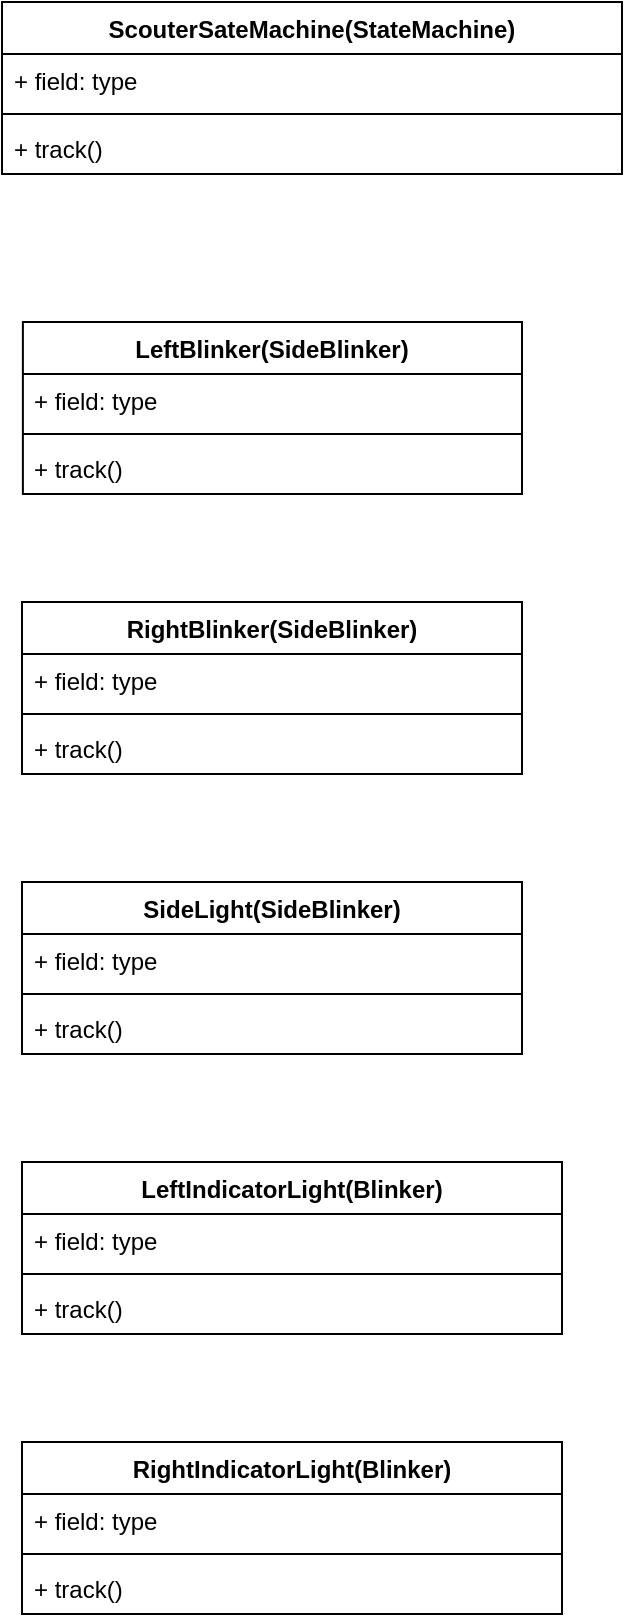
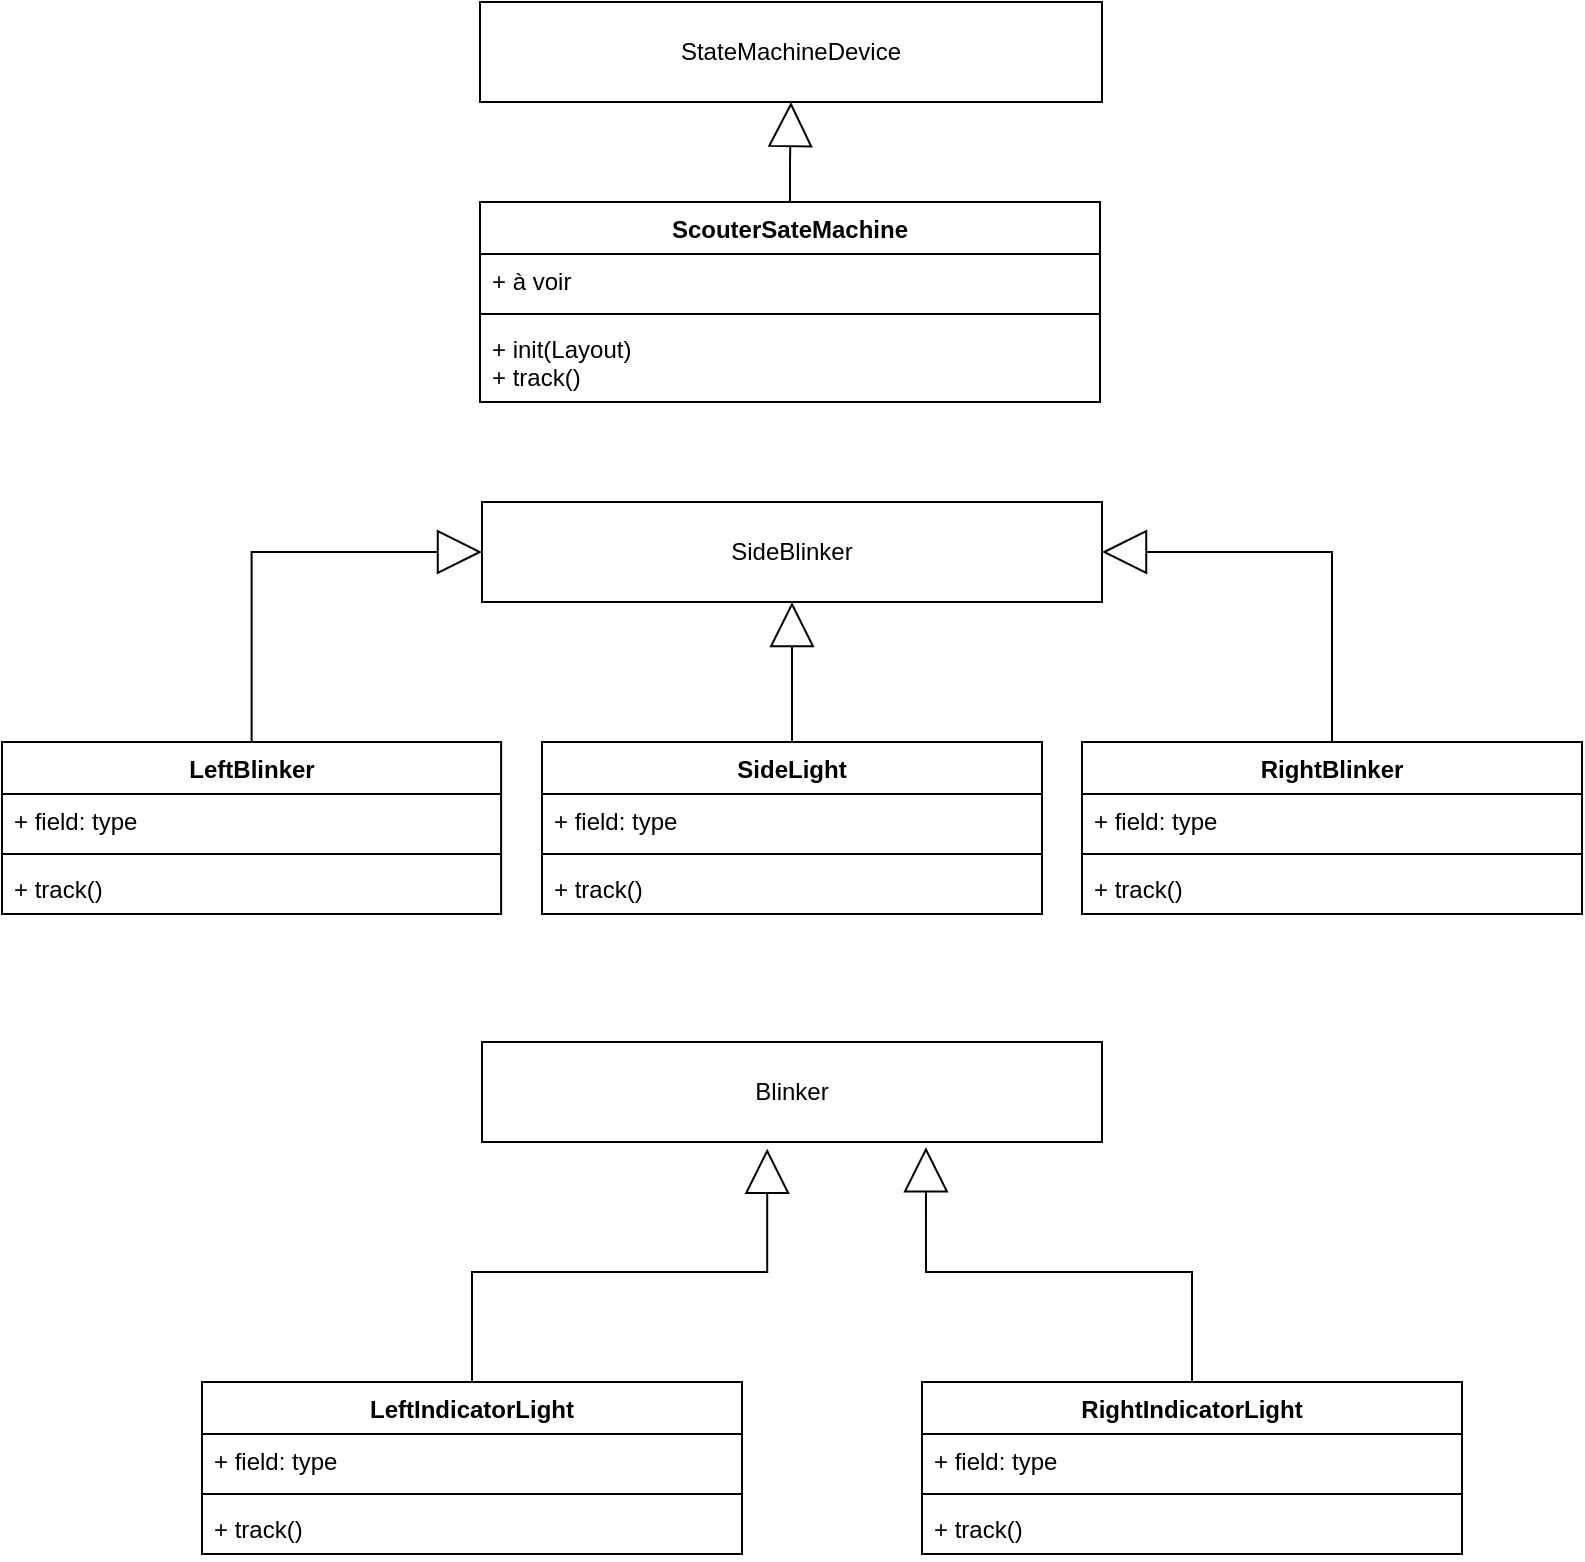
- <mxfile host="app.diagrams.net">
+ <mxfile host="Electron" agent="Mozilla/5.0 (Windows NT 10.0; Win64; x64) AppleWebKit/537.36 (KHTML, like Gecko) draw.io/26.2.15 Chrome/134.0.6998.205 Electron/35.2.1 Safari/537.36" version="26.2.15">
  <diagram name="Page-1" id="GghMer-YNFgur6t3EFh-">
-     <mxGraphModel dx="1585" dy="1110" grid="1" gridSize="10" guides="1" tooltips="1" connect="1" arrows="1" fold="1" page="1" pageScale="1" pageWidth="827" pageHeight="1169" math="0" shadow="0">
+     <mxGraphModel dx="2066" dy="1202" grid="1" gridSize="10" guides="1" tooltips="1" connect="1" arrows="1" fold="1" page="1" pageScale="1" pageWidth="827" pageHeight="1169" math="0" shadow="0">
      <root>
        <mxCell id="0" />
        <mxCell id="1" parent="0" />
-         <mxCell id="HDNTsqTd7lAjhx9DZTqB-1" parent="1" style="swimlane;fontStyle=1;align=center;verticalAlign=top;childLayout=stackLayout;horizontal=1;startSize=26;horizontalStack=0;resizeParent=1;resizeParentMax=0;resizeLast=0;collapsible=1;marginBottom=0;whiteSpace=wrap;html=1;" value="ScouterSateMachine(StateMachine)" vertex="1">
-           <mxGeometry height="86" width="310" x="100" y="100" as="geometry" />
+         <mxCell id="jP7gwSs5NOF349UNAJwi-4" style="edgeStyle=orthogonalEdgeStyle;rounded=0;orthogonalLoop=1;jettySize=auto;html=1;entryX=0.5;entryY=1;entryDx=0;entryDy=0;endArrow=block;endFill=0;endSize=20;" edge="1" parent="1" source="HDNTsqTd7lAjhx9DZTqB-1" target="jP7gwSs5NOF349UNAJwi-1">
+           <mxGeometry relative="1" as="geometry" />
        </mxCell>
-         <mxCell id="HDNTsqTd7lAjhx9DZTqB-2" parent="HDNTsqTd7lAjhx9DZTqB-1" style="text;strokeColor=none;fillColor=none;align=left;verticalAlign=top;spacingLeft=4;spacingRight=4;overflow=hidden;rotatable=0;points=[[0,0.5],[1,0.5]];portConstraint=eastwest;whiteSpace=wrap;html=1;" value="+ field: type" vertex="1">
-           <mxGeometry height="26" width="310" y="26" as="geometry" />
+         <mxCell id="HDNTsqTd7lAjhx9DZTqB-1" value="ScouterSateMachine" style="swimlane;fontStyle=1;align=center;verticalAlign=top;childLayout=stackLayout;horizontal=1;startSize=26;horizontalStack=0;resizeParent=1;resizeParentMax=0;resizeLast=0;collapsible=1;marginBottom=0;whiteSpace=wrap;html=1;" parent="1" vertex="1">
+           <mxGeometry x="259" y="130" width="310" height="100" as="geometry" />
        </mxCell>
-         <mxCell id="HDNTsqTd7lAjhx9DZTqB-3" parent="HDNTsqTd7lAjhx9DZTqB-1" style="line;strokeWidth=1;fillColor=none;align=left;verticalAlign=middle;spacingTop=-1;spacingLeft=3;spacingRight=3;rotatable=0;labelPosition=right;points=[];portConstraint=eastwest;strokeColor=inherit;" value="" vertex="1">
-           <mxGeometry height="8" width="310" y="52" as="geometry" />
+         <mxCell id="HDNTsqTd7lAjhx9DZTqB-2" value="+ à voir" style="text;strokeColor=none;fillColor=none;align=left;verticalAlign=top;spacingLeft=4;spacingRight=4;overflow=hidden;rotatable=0;points=[[0,0.5],[1,0.5]];portConstraint=eastwest;whiteSpace=wrap;html=1;" parent="HDNTsqTd7lAjhx9DZTqB-1" vertex="1">
+           <mxGeometry y="26" width="310" height="26" as="geometry" />
        </mxCell>
-         <mxCell id="HDNTsqTd7lAjhx9DZTqB-4" parent="HDNTsqTd7lAjhx9DZTqB-1" style="text;strokeColor=none;fillColor=none;align=left;verticalAlign=top;spacingLeft=4;spacingRight=4;overflow=hidden;rotatable=0;points=[[0,0.5],[1,0.5]];portConstraint=eastwest;whiteSpace=wrap;html=1;" value="+ track()" vertex="1">
-           <mxGeometry height="26" width="310" y="60" as="geometry" />
+         <mxCell id="HDNTsqTd7lAjhx9DZTqB-3" value="" style="line;strokeWidth=1;fillColor=none;align=left;verticalAlign=middle;spacingTop=-1;spacingLeft=3;spacingRight=3;rotatable=0;labelPosition=right;points=[];portConstraint=eastwest;strokeColor=inherit;" parent="HDNTsqTd7lAjhx9DZTqB-1" vertex="1">
+           <mxGeometry y="52" width="310" height="8" as="geometry" />
        </mxCell>
-         <mxCell id="HDNTsqTd7lAjhx9DZTqB-5" parent="1" style="swimlane;fontStyle=1;align=center;verticalAlign=top;childLayout=stackLayout;horizontal=1;startSize=26;horizontalStack=0;resizeParent=1;resizeParentMax=0;resizeLast=0;collapsible=1;marginBottom=0;whiteSpace=wrap;html=1;rotation=0;" value="LeftBlinker(SideBlinker)" vertex="1">
-           <mxGeometry height="86" width="249.56" x="110.44" y="260" as="geometry" />
+         <mxCell id="HDNTsqTd7lAjhx9DZTqB-4" value="+ init(Layout)&lt;div&gt;+ track()&lt;/div&gt;" style="text;strokeColor=none;fillColor=none;align=left;verticalAlign=top;spacingLeft=4;spacingRight=4;overflow=hidden;rotatable=0;points=[[0,0.5],[1,0.5]];portConstraint=eastwest;whiteSpace=wrap;html=1;" parent="HDNTsqTd7lAjhx9DZTqB-1" vertex="1">
+           <mxGeometry y="60" width="310" height="40" as="geometry" />
        </mxCell>
-         <mxCell id="HDNTsqTd7lAjhx9DZTqB-6" parent="HDNTsqTd7lAjhx9DZTqB-5" style="text;strokeColor=none;fillColor=none;align=left;verticalAlign=top;spacingLeft=4;spacingRight=4;overflow=hidden;rotatable=0;points=[[0,0.5],[1,0.5]];portConstraint=eastwest;whiteSpace=wrap;html=1;rotation=0;" value="+ field: type" vertex="1">
-           <mxGeometry height="26" width="249.56" y="26" as="geometry" />
+         <mxCell id="jP7gwSs5NOF349UNAJwi-10" style="edgeStyle=orthogonalEdgeStyle;rounded=0;orthogonalLoop=1;jettySize=auto;html=1;entryX=0;entryY=0.5;entryDx=0;entryDy=0;endArrow=block;endFill=0;endSize=20;" edge="1" parent="1" source="HDNTsqTd7lAjhx9DZTqB-5" target="jP7gwSs5NOF349UNAJwi-5">
+           <mxGeometry relative="1" as="geometry" />
        </mxCell>
-         <mxCell id="HDNTsqTd7lAjhx9DZTqB-7" parent="HDNTsqTd7lAjhx9DZTqB-5" style="line;strokeWidth=1;fillColor=none;align=left;verticalAlign=middle;spacingTop=-1;spacingLeft=3;spacingRight=3;rotatable=0;labelPosition=right;points=[];portConstraint=eastwest;strokeColor=inherit;rotation=0;" value="" vertex="1">
-           <mxGeometry height="8" width="249.56" y="52" as="geometry" />
+         <mxCell id="HDNTsqTd7lAjhx9DZTqB-5" value="LeftBlinker" style="swimlane;fontStyle=1;align=center;verticalAlign=top;childLayout=stackLayout;horizontal=1;startSize=26;horizontalStack=0;resizeParent=1;resizeParentMax=0;resizeLast=0;collapsible=1;marginBottom=0;whiteSpace=wrap;html=1;rotation=0;" parent="1" vertex="1">
+           <mxGeometry x="20" y="400" width="249.56" height="86" as="geometry" />
        </mxCell>
-         <mxCell id="HDNTsqTd7lAjhx9DZTqB-8" parent="HDNTsqTd7lAjhx9DZTqB-5" style="text;strokeColor=none;fillColor=none;align=left;verticalAlign=top;spacingLeft=4;spacingRight=4;overflow=hidden;rotatable=0;points=[[0,0.5],[1,0.5]];portConstraint=eastwest;whiteSpace=wrap;html=1;rotation=0;" value="+ track()" vertex="1">
-           <mxGeometry height="26" width="249.56" y="60" as="geometry" />
+         <mxCell id="HDNTsqTd7lAjhx9DZTqB-6" value="+ field: type" style="text;strokeColor=none;fillColor=none;align=left;verticalAlign=top;spacingLeft=4;spacingRight=4;overflow=hidden;rotatable=0;points=[[0,0.5],[1,0.5]];portConstraint=eastwest;whiteSpace=wrap;html=1;rotation=0;" parent="HDNTsqTd7lAjhx9DZTqB-5" vertex="1">
+           <mxGeometry y="26" width="249.56" height="26" as="geometry" />
        </mxCell>
-         <mxCell id="HDNTsqTd7lAjhx9DZTqB-9" parent="1" style="swimlane;fontStyle=1;align=center;verticalAlign=top;childLayout=stackLayout;horizontal=1;startSize=26;horizontalStack=0;resizeParent=1;resizeParentMax=0;resizeLast=0;collapsible=1;marginBottom=0;whiteSpace=wrap;html=1;" value="RightBlinker(SideBlinker)" vertex="1">
-           <mxGeometry height="86" width="250" x="110" y="400" as="geometry" />
+         <mxCell id="HDNTsqTd7lAjhx9DZTqB-7" value="" style="line;strokeWidth=1;fillColor=none;align=left;verticalAlign=middle;spacingTop=-1;spacingLeft=3;spacingRight=3;rotatable=0;labelPosition=right;points=[];portConstraint=eastwest;strokeColor=inherit;rotation=0;" parent="HDNTsqTd7lAjhx9DZTqB-5" vertex="1">
+           <mxGeometry y="52" width="249.56" height="8" as="geometry" />
        </mxCell>
-         <mxCell id="HDNTsqTd7lAjhx9DZTqB-10" parent="HDNTsqTd7lAjhx9DZTqB-9" style="text;strokeColor=none;fillColor=none;align=left;verticalAlign=top;spacingLeft=4;spacingRight=4;overflow=hidden;rotatable=0;points=[[0,0.5],[1,0.5]];portConstraint=eastwest;whiteSpace=wrap;html=1;" value="+ field: type" vertex="1">
-           <mxGeometry height="26" width="250" y="26" as="geometry" />
+         <mxCell id="HDNTsqTd7lAjhx9DZTqB-8" value="+ track()" style="text;strokeColor=none;fillColor=none;align=left;verticalAlign=top;spacingLeft=4;spacingRight=4;overflow=hidden;rotatable=0;points=[[0,0.5],[1,0.5]];portConstraint=eastwest;whiteSpace=wrap;html=1;rotation=0;" parent="HDNTsqTd7lAjhx9DZTqB-5" vertex="1">
+           <mxGeometry y="60" width="249.56" height="26" as="geometry" />
        </mxCell>
-         <mxCell id="HDNTsqTd7lAjhx9DZTqB-11" parent="HDNTsqTd7lAjhx9DZTqB-9" style="line;strokeWidth=1;fillColor=none;align=left;verticalAlign=middle;spacingTop=-1;spacingLeft=3;spacingRight=3;rotatable=0;labelPosition=right;points=[];portConstraint=eastwest;strokeColor=inherit;" value="" vertex="1">
-           <mxGeometry height="8" width="250" y="52" as="geometry" />
+         <mxCell id="jP7gwSs5NOF349UNAJwi-12" style="edgeStyle=orthogonalEdgeStyle;rounded=0;orthogonalLoop=1;jettySize=auto;html=1;entryX=1;entryY=0.5;entryDx=0;entryDy=0;endArrow=block;endFill=0;endSize=20;" edge="1" parent="1" source="HDNTsqTd7lAjhx9DZTqB-9" target="jP7gwSs5NOF349UNAJwi-5">
+           <mxGeometry relative="1" as="geometry" />
        </mxCell>
-         <mxCell id="HDNTsqTd7lAjhx9DZTqB-12" parent="HDNTsqTd7lAjhx9DZTqB-9" style="text;strokeColor=none;fillColor=none;align=left;verticalAlign=top;spacingLeft=4;spacingRight=4;overflow=hidden;rotatable=0;points=[[0,0.5],[1,0.5]];portConstraint=eastwest;whiteSpace=wrap;html=1;" value="+ track()" vertex="1">
-           <mxGeometry height="26" width="250" y="60" as="geometry" />
+         <mxCell id="HDNTsqTd7lAjhx9DZTqB-9" value="RightBlinker" style="swimlane;fontStyle=1;align=center;verticalAlign=top;childLayout=stackLayout;horizontal=1;startSize=26;horizontalStack=0;resizeParent=1;resizeParentMax=0;resizeLast=0;collapsible=1;marginBottom=0;whiteSpace=wrap;html=1;" parent="1" vertex="1">
+           <mxGeometry x="560" y="400" width="250" height="86" as="geometry" />
        </mxCell>
-         <mxCell id="HDNTsqTd7lAjhx9DZTqB-13" parent="1" style="swimlane;fontStyle=1;align=center;verticalAlign=top;childLayout=stackLayout;horizontal=1;startSize=26;horizontalStack=0;resizeParent=1;resizeParentMax=0;resizeLast=0;collapsible=1;marginBottom=0;whiteSpace=wrap;html=1;" value="SideLight(SideBlinker)" vertex="1">
-           <mxGeometry height="86" width="250" x="110" y="540" as="geometry" />
+         <mxCell id="HDNTsqTd7lAjhx9DZTqB-10" value="+ field: type" style="text;strokeColor=none;fillColor=none;align=left;verticalAlign=top;spacingLeft=4;spacingRight=4;overflow=hidden;rotatable=0;points=[[0,0.5],[1,0.5]];portConstraint=eastwest;whiteSpace=wrap;html=1;" parent="HDNTsqTd7lAjhx9DZTqB-9" vertex="1">
+           <mxGeometry y="26" width="250" height="26" as="geometry" />
        </mxCell>
-         <mxCell id="HDNTsqTd7lAjhx9DZTqB-14" parent="HDNTsqTd7lAjhx9DZTqB-13" style="text;strokeColor=none;fillColor=none;align=left;verticalAlign=top;spacingLeft=4;spacingRight=4;overflow=hidden;rotatable=0;points=[[0,0.5],[1,0.5]];portConstraint=eastwest;whiteSpace=wrap;html=1;" value="+ field: type" vertex="1">
-           <mxGeometry height="26" width="250" y="26" as="geometry" />
+         <mxCell id="HDNTsqTd7lAjhx9DZTqB-11" value="" style="line;strokeWidth=1;fillColor=none;align=left;verticalAlign=middle;spacingTop=-1;spacingLeft=3;spacingRight=3;rotatable=0;labelPosition=right;points=[];portConstraint=eastwest;strokeColor=inherit;" parent="HDNTsqTd7lAjhx9DZTqB-9" vertex="1">
+           <mxGeometry y="52" width="250" height="8" as="geometry" />
        </mxCell>
-         <mxCell id="HDNTsqTd7lAjhx9DZTqB-15" parent="HDNTsqTd7lAjhx9DZTqB-13" style="line;strokeWidth=1;fillColor=none;align=left;verticalAlign=middle;spacingTop=-1;spacingLeft=3;spacingRight=3;rotatable=0;labelPosition=right;points=[];portConstraint=eastwest;strokeColor=inherit;" value="" vertex="1">
-           <mxGeometry height="8" width="250" y="52" as="geometry" />
+         <mxCell id="HDNTsqTd7lAjhx9DZTqB-12" value="+ track()" style="text;strokeColor=none;fillColor=none;align=left;verticalAlign=top;spacingLeft=4;spacingRight=4;overflow=hidden;rotatable=0;points=[[0,0.5],[1,0.5]];portConstraint=eastwest;whiteSpace=wrap;html=1;" parent="HDNTsqTd7lAjhx9DZTqB-9" vertex="1">
+           <mxGeometry y="60" width="250" height="26" as="geometry" />
        </mxCell>
-         <mxCell id="HDNTsqTd7lAjhx9DZTqB-16" parent="HDNTsqTd7lAjhx9DZTqB-13" style="text;strokeColor=none;fillColor=none;align=left;verticalAlign=top;spacingLeft=4;spacingRight=4;overflow=hidden;rotatable=0;points=[[0,0.5],[1,0.5]];portConstraint=eastwest;whiteSpace=wrap;html=1;" value="+ track()" vertex="1">
-           <mxGeometry height="26" width="250" y="60" as="geometry" />
+         <mxCell id="jP7gwSs5NOF349UNAJwi-11" style="edgeStyle=orthogonalEdgeStyle;rounded=0;orthogonalLoop=1;jettySize=auto;html=1;entryX=0.5;entryY=1;entryDx=0;entryDy=0;endArrow=block;endFill=0;endSize=20;" edge="1" parent="1" source="HDNTsqTd7lAjhx9DZTqB-13" target="jP7gwSs5NOF349UNAJwi-5">
+           <mxGeometry relative="1" as="geometry" />
        </mxCell>
-         <mxCell id="HDNTsqTd7lAjhx9DZTqB-17" parent="1" style="swimlane;fontStyle=1;align=center;verticalAlign=top;childLayout=stackLayout;horizontal=1;startSize=26;horizontalStack=0;resizeParent=1;resizeParentMax=0;resizeLast=0;collapsible=1;marginBottom=0;whiteSpace=wrap;html=1;" value="LeftIndicatorLight(Blinker)" vertex="1">
-           <mxGeometry height="86" width="270" x="110" y="680" as="geometry" />
+         <mxCell id="HDNTsqTd7lAjhx9DZTqB-13" value="SideLight" style="swimlane;fontStyle=1;align=center;verticalAlign=top;childLayout=stackLayout;horizontal=1;startSize=26;horizontalStack=0;resizeParent=1;resizeParentMax=0;resizeLast=0;collapsible=1;marginBottom=0;whiteSpace=wrap;html=1;" parent="1" vertex="1">
+           <mxGeometry x="290" y="400" width="250" height="86" as="geometry" />
        </mxCell>
-         <mxCell id="HDNTsqTd7lAjhx9DZTqB-18" parent="HDNTsqTd7lAjhx9DZTqB-17" style="text;strokeColor=none;fillColor=none;align=left;verticalAlign=top;spacingLeft=4;spacingRight=4;overflow=hidden;rotatable=0;points=[[0,0.5],[1,0.5]];portConstraint=eastwest;whiteSpace=wrap;html=1;" value="+ field: type" vertex="1">
-           <mxGeometry height="26" width="270" y="26" as="geometry" />
+         <mxCell id="HDNTsqTd7lAjhx9DZTqB-14" value="+ field: type" style="text;strokeColor=none;fillColor=none;align=left;verticalAlign=top;spacingLeft=4;spacingRight=4;overflow=hidden;rotatable=0;points=[[0,0.5],[1,0.5]];portConstraint=eastwest;whiteSpace=wrap;html=1;" parent="HDNTsqTd7lAjhx9DZTqB-13" vertex="1">
+           <mxGeometry y="26" width="250" height="26" as="geometry" />
        </mxCell>
-         <mxCell id="HDNTsqTd7lAjhx9DZTqB-19" parent="HDNTsqTd7lAjhx9DZTqB-17" style="line;strokeWidth=1;fillColor=none;align=left;verticalAlign=middle;spacingTop=-1;spacingLeft=3;spacingRight=3;rotatable=0;labelPosition=right;points=[];portConstraint=eastwest;strokeColor=inherit;" value="" vertex="1">
-           <mxGeometry height="8" width="270" y="52" as="geometry" />
+         <mxCell id="HDNTsqTd7lAjhx9DZTqB-15" value="" style="line;strokeWidth=1;fillColor=none;align=left;verticalAlign=middle;spacingTop=-1;spacingLeft=3;spacingRight=3;rotatable=0;labelPosition=right;points=[];portConstraint=eastwest;strokeColor=inherit;" parent="HDNTsqTd7lAjhx9DZTqB-13" vertex="1">
+           <mxGeometry y="52" width="250" height="8" as="geometry" />
        </mxCell>
-         <mxCell id="HDNTsqTd7lAjhx9DZTqB-20" parent="HDNTsqTd7lAjhx9DZTqB-17" style="text;strokeColor=none;fillColor=none;align=left;verticalAlign=top;spacingLeft=4;spacingRight=4;overflow=hidden;rotatable=0;points=[[0,0.5],[1,0.5]];portConstraint=eastwest;whiteSpace=wrap;html=1;" value="+ track()" vertex="1">
-           <mxGeometry height="26" width="270" y="60" as="geometry" />
+         <mxCell id="HDNTsqTd7lAjhx9DZTqB-16" value="+ track()" style="text;strokeColor=none;fillColor=none;align=left;verticalAlign=top;spacingLeft=4;spacingRight=4;overflow=hidden;rotatable=0;points=[[0,0.5],[1,0.5]];portConstraint=eastwest;whiteSpace=wrap;html=1;" parent="HDNTsqTd7lAjhx9DZTqB-13" vertex="1">
+           <mxGeometry y="60" width="250" height="26" as="geometry" />
        </mxCell>
-         <mxCell id="HDNTsqTd7lAjhx9DZTqB-21" parent="1" style="swimlane;fontStyle=1;align=center;verticalAlign=top;childLayout=stackLayout;horizontal=1;startSize=26;horizontalStack=0;resizeParent=1;resizeParentMax=0;resizeLast=0;collapsible=1;marginBottom=0;whiteSpace=wrap;html=1;" value="RightIndicatorLight(Blinker)" vertex="1">
-           <mxGeometry height="86" width="270" x="110" y="820" as="geometry" />
+         <mxCell id="HDNTsqTd7lAjhx9DZTqB-17" value="LeftIndicatorLight" style="swimlane;fontStyle=1;align=center;verticalAlign=top;childLayout=stackLayout;horizontal=1;startSize=26;horizontalStack=0;resizeParent=1;resizeParentMax=0;resizeLast=0;collapsible=1;marginBottom=0;whiteSpace=wrap;html=1;" parent="1" vertex="1">
+           <mxGeometry x="120" y="720" width="270" height="86" as="geometry" />
        </mxCell>
-         <mxCell id="HDNTsqTd7lAjhx9DZTqB-22" parent="HDNTsqTd7lAjhx9DZTqB-21" style="text;strokeColor=none;fillColor=none;align=left;verticalAlign=top;spacingLeft=4;spacingRight=4;overflow=hidden;rotatable=0;points=[[0,0.5],[1,0.5]];portConstraint=eastwest;whiteSpace=wrap;html=1;" value="+ field: type" vertex="1">
-           <mxGeometry height="26" width="270" y="26" as="geometry" />
+         <mxCell id="HDNTsqTd7lAjhx9DZTqB-18" value="+ field: type" style="text;strokeColor=none;fillColor=none;align=left;verticalAlign=top;spacingLeft=4;spacingRight=4;overflow=hidden;rotatable=0;points=[[0,0.5],[1,0.5]];portConstraint=eastwest;whiteSpace=wrap;html=1;" parent="HDNTsqTd7lAjhx9DZTqB-17" vertex="1">
+           <mxGeometry y="26" width="270" height="26" as="geometry" />
        </mxCell>
-         <mxCell id="HDNTsqTd7lAjhx9DZTqB-23" parent="HDNTsqTd7lAjhx9DZTqB-21" style="line;strokeWidth=1;fillColor=none;align=left;verticalAlign=middle;spacingTop=-1;spacingLeft=3;spacingRight=3;rotatable=0;labelPosition=right;points=[];portConstraint=eastwest;strokeColor=inherit;" value="" vertex="1">
-           <mxGeometry height="8" width="270" y="52" as="geometry" />
+         <mxCell id="HDNTsqTd7lAjhx9DZTqB-19" value="" style="line;strokeWidth=1;fillColor=none;align=left;verticalAlign=middle;spacingTop=-1;spacingLeft=3;spacingRight=3;rotatable=0;labelPosition=right;points=[];portConstraint=eastwest;strokeColor=inherit;" parent="HDNTsqTd7lAjhx9DZTqB-17" vertex="1">
+           <mxGeometry y="52" width="270" height="8" as="geometry" />
        </mxCell>
-         <mxCell id="HDNTsqTd7lAjhx9DZTqB-24" parent="HDNTsqTd7lAjhx9DZTqB-21" style="text;strokeColor=none;fillColor=none;align=left;verticalAlign=top;spacingLeft=4;spacingRight=4;overflow=hidden;rotatable=0;points=[[0,0.5],[1,0.5]];portConstraint=eastwest;whiteSpace=wrap;html=1;" value="+ track()" vertex="1">
-           <mxGeometry height="26" width="270" y="60" as="geometry" />
+         <mxCell id="HDNTsqTd7lAjhx9DZTqB-20" value="+ track()" style="text;strokeColor=none;fillColor=none;align=left;verticalAlign=top;spacingLeft=4;spacingRight=4;overflow=hidden;rotatable=0;points=[[0,0.5],[1,0.5]];portConstraint=eastwest;whiteSpace=wrap;html=1;" parent="HDNTsqTd7lAjhx9DZTqB-17" vertex="1">
+           <mxGeometry y="60" width="270" height="26" as="geometry" />
+         </mxCell>
+         <mxCell id="HDNTsqTd7lAjhx9DZTqB-21" value="RightIndicatorLight" style="swimlane;fontStyle=1;align=center;verticalAlign=top;childLayout=stackLayout;horizontal=1;startSize=26;horizontalStack=0;resizeParent=1;resizeParentMax=0;resizeLast=0;collapsible=1;marginBottom=0;whiteSpace=wrap;html=1;" parent="1" vertex="1">
+           <mxGeometry x="480" y="720" width="270" height="86" as="geometry" />
+         </mxCell>
+         <mxCell id="HDNTsqTd7lAjhx9DZTqB-22" value="+ field: type" style="text;strokeColor=none;fillColor=none;align=left;verticalAlign=top;spacingLeft=4;spacingRight=4;overflow=hidden;rotatable=0;points=[[0,0.5],[1,0.5]];portConstraint=eastwest;whiteSpace=wrap;html=1;" parent="HDNTsqTd7lAjhx9DZTqB-21" vertex="1">
+           <mxGeometry y="26" width="270" height="26" as="geometry" />
+         </mxCell>
+         <mxCell id="HDNTsqTd7lAjhx9DZTqB-23" value="" style="line;strokeWidth=1;fillColor=none;align=left;verticalAlign=middle;spacingTop=-1;spacingLeft=3;spacingRight=3;rotatable=0;labelPosition=right;points=[];portConstraint=eastwest;strokeColor=inherit;" parent="HDNTsqTd7lAjhx9DZTqB-21" vertex="1">
+           <mxGeometry y="52" width="270" height="8" as="geometry" />
+         </mxCell>
+         <mxCell id="HDNTsqTd7lAjhx9DZTqB-24" value="+ track()" style="text;strokeColor=none;fillColor=none;align=left;verticalAlign=top;spacingLeft=4;spacingRight=4;overflow=hidden;rotatable=0;points=[[0,0.5],[1,0.5]];portConstraint=eastwest;whiteSpace=wrap;html=1;" parent="HDNTsqTd7lAjhx9DZTqB-21" vertex="1">
+           <mxGeometry y="60" width="270" height="26" as="geometry" />
+         </mxCell>
+         <mxCell id="jP7gwSs5NOF349UNAJwi-1" value="StateMachineDevice" style="html=1;whiteSpace=wrap;" vertex="1" parent="1">
+           <mxGeometry x="259" y="30" width="311" height="50" as="geometry" />
+         </mxCell>
+         <mxCell id="jP7gwSs5NOF349UNAJwi-5" value="SideBlinker" style="html=1;whiteSpace=wrap;" vertex="1" parent="1">
+           <mxGeometry x="260" y="280" width="310" height="50" as="geometry" />
+         </mxCell>
+         <mxCell id="jP7gwSs5NOF349UNAJwi-13" value="Blinker" style="html=1;whiteSpace=wrap;" vertex="1" parent="1">
+           <mxGeometry x="260" y="550" width="310" height="50" as="geometry" />
+         </mxCell>
+         <mxCell id="jP7gwSs5NOF349UNAJwi-14" style="edgeStyle=orthogonalEdgeStyle;rounded=0;orthogonalLoop=1;jettySize=auto;html=1;entryX=0.46;entryY=1.067;entryDx=0;entryDy=0;entryPerimeter=0;endArrow=block;endFill=0;endSize=20;" edge="1" parent="1" source="HDNTsqTd7lAjhx9DZTqB-17" target="jP7gwSs5NOF349UNAJwi-13">
+           <mxGeometry relative="1" as="geometry" />
+         </mxCell>
+         <mxCell id="jP7gwSs5NOF349UNAJwi-15" style="edgeStyle=orthogonalEdgeStyle;rounded=0;orthogonalLoop=1;jettySize=auto;html=1;entryX=0.716;entryY=1.053;entryDx=0;entryDy=0;entryPerimeter=0;endArrow=block;endFill=0;endSize=20;" edge="1" parent="1" source="HDNTsqTd7lAjhx9DZTqB-21" target="jP7gwSs5NOF349UNAJwi-13">
+           <mxGeometry relative="1" as="geometry" />
        </mxCell>
      </root>
    </mxGraphModel>
  </diagram>
</mxfile>
